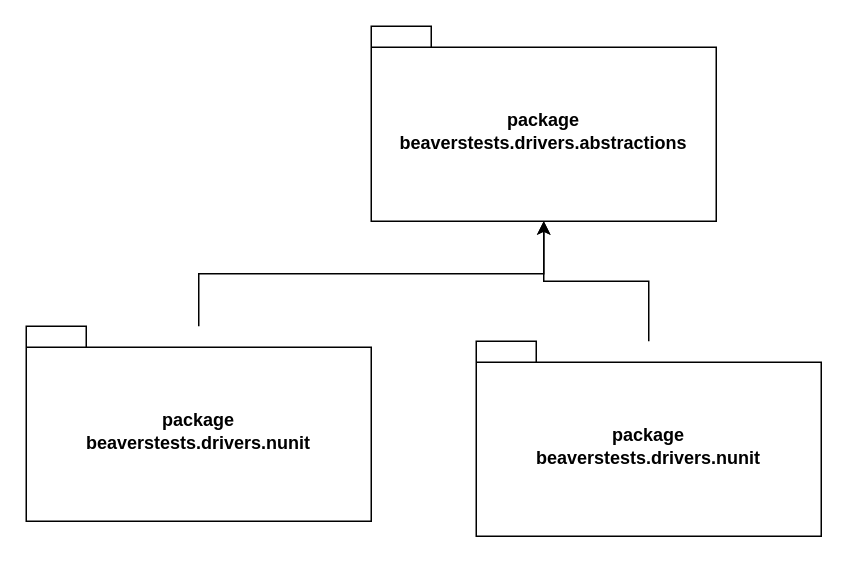
This is docs/diagrams.drawio from magarich228/BeaversTests, a draw.io file, before an edit. Source tidied: cells renumbered, new cells numbered last; positions are measured from the earlier drawing's top-left corner, leaving out a move shared by most shapes. Both pictures are drawn from the tidied source at 150%, with x=0, y=0 at pixel (26, 26).
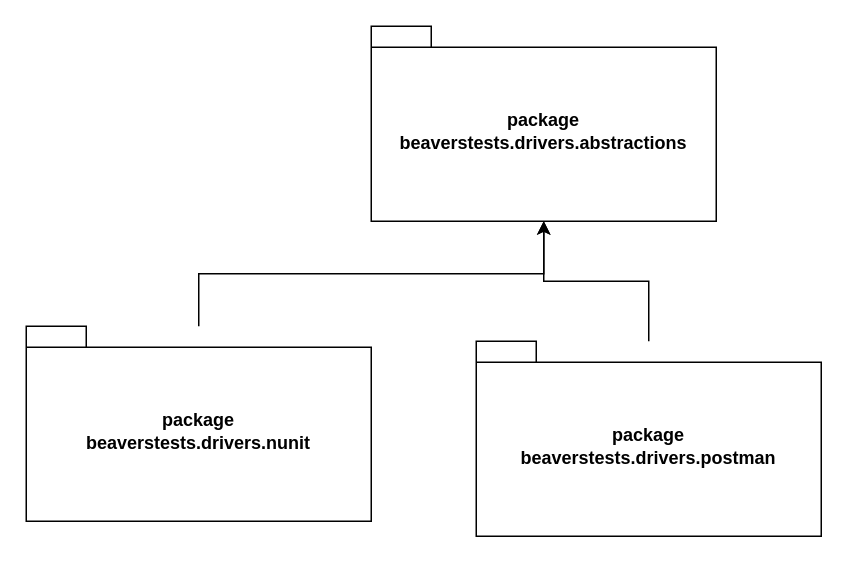
The same diagram, later.

Commit message (it also covers changes not shown here):
load nunit tests assembly dependencies investigation.

The edit, as a diff of the source:
```diff
@@
 <mxGraphModel>
   <root>
     <mxCell id="0" />
     <mxCell id="1" parent="0" />
     <mxCell id="2" value="&lt;div&gt;package&lt;/div&gt;beaverstests.drivers.abstractions" style="shape=folder;fontStyle=1;spacingTop=10;tabWidth=40;tabHeight=14;tabPosition=left;html=1;whiteSpace=wrap;" parent="1" vertex="1">
       <mxGeometry x="230" width="230" height="130" as="geometry" />
     </mxCell>
     <mxCell id="3" value="&lt;div&gt;package&lt;/div&gt;beaverstests.drivers.nunit" style="shape=folder;fontStyle=1;spacingTop=10;tabWidth=40;tabHeight=14;tabPosition=left;html=1;whiteSpace=wrap;" parent="1" vertex="1">
       <mxGeometry y="200" width="230" height="130" as="geometry" />
     </mxCell>
     <mxCell id="4" style="edgeStyle=orthogonalEdgeStyle;rounded=0;jettySize=auto;html=1;entryX=0.5;entryY=1;entryDx=0;entryDy=0;entryPerimeter=0;" parent="1" edge="1" source="3" target="2">
       <mxGeometry relative="1" as="geometry" />
     </mxCell>
-    <mxCell id="5" value="&lt;div&gt;package&lt;/div&gt;beaverstests.drivers.nunit" style="shape=folder;fontStyle=1;spacingTop=10;tabWidth=40;tabHeight=14;tabPosition=left;html=1;whiteSpace=wrap;" parent="1" vertex="1">
+    <mxCell id="5" value="&lt;div&gt;package&lt;/div&gt;beaverstests.drivers.postman" style="shape=folder;fontStyle=1;spacingTop=10;tabWidth=40;tabHeight=14;tabPosition=left;html=1;whiteSpace=wrap;" parent="1" vertex="1">
       <mxGeometry x="300" y="210" width="230" height="130" as="geometry" />
     </mxCell>
     <mxCell id="6" style="edgeStyle=orthogonalEdgeStyle;rounded=0;jettySize=auto;html=1;entryX=0.5;entryY=1;entryDx=0;entryDy=0;entryPerimeter=0;" parent="1" edge="1" source="5" target="2">
       <mxGeometry relative="1" as="geometry" />
     </mxCell>
   </root>
 </mxGraphModel>
```
